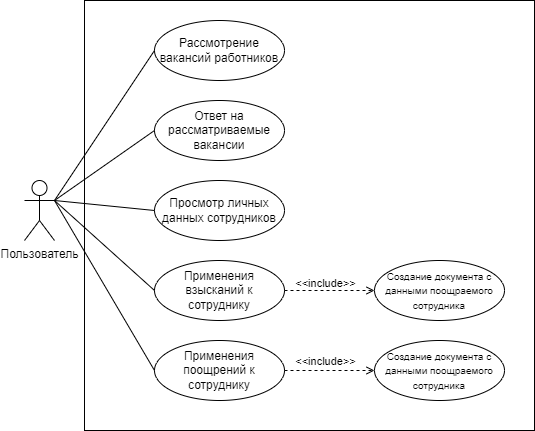
This is WorkSpace/ДВИ.png from AntipkinD/HRD, a draw.io export, as it was before one commit. Source tidied: cells renumbered, new cells last; positions are measured from the earlier drawing's top-left corner, leaving out a move shared by most shapes. Its diagram source:
```xml
<mxGraphModel>
  <root>
    <mxCell id="0" />
    <mxCell id="1" parent="0" />
    <mxCell id="2" style="whiteSpace=wrap;html=1;" parent="1" vertex="1">
      <mxGeometry x="60" width="450" height="430" as="geometry" />
    </mxCell>
    <mxCell id="3" value="Пользователь" style="shape=umlActor;verticalLabelPosition=bottom;verticalAlign=top;html=1;outlineConnect=0;" parent="1" vertex="1">
      <mxGeometry y="180" width="30" height="60" as="geometry" />
    </mxCell>
    <mxCell id="4" value="Рассмотрение вакансий работников" style="ellipse;whiteSpace=wrap;html=1;" parent="1" vertex="1">
      <mxGeometry x="130" y="20" width="130" height="60" as="geometry" />
    </mxCell>
    <mxCell id="5" value="Ответ на рассматриваемые вакансии" style="ellipse;whiteSpace=wrap;html=1;" parent="1" vertex="1">
      <mxGeometry x="130" y="100" width="130" height="60" as="geometry" />
    </mxCell>
    <mxCell id="6" value="Просмотр личных данных сотрудников" style="ellipse;whiteSpace=wrap;html=1;" parent="1" vertex="1">
      <mxGeometry x="130" y="180" width="130" height="60" as="geometry" />
    </mxCell>
    <mxCell id="7" value="Применения взысканий к сотруднику" style="ellipse;whiteSpace=wrap;html=1;" parent="1" vertex="1">
      <mxGeometry x="130" y="260" width="130" height="60" as="geometry" />
    </mxCell>
    <mxCell id="8" value="Применения поощрений к сотруднику" style="ellipse;whiteSpace=wrap;html=1;" parent="1" vertex="1">
      <mxGeometry x="130" y="340" width="130" height="60" as="geometry" />
    </mxCell>
    <mxCell id="9" style="edgeStyle=orthogonalEdgeStyle;rounded=0;jettySize=auto;html=1;exitX=1;exitY=0.5;exitDx=0;exitDy=0;entryX=0;entryY=0.5;entryDx=0;entryDy=0;endArrow=open;endFill=0;dashed=1;" parent="1" edge="1" source="8" target="11">
      <mxGeometry relative="1" as="geometry" />
    </mxCell>
    <mxCell id="10" value="&amp;lt;&amp;lt;include&amp;gt;&amp;gt;" style="edgeLabel;html=1;align=center;verticalAlign=middle;" parent="9" vertex="1">
      <mxGeometry x="-0.21" y="-1" relative="1" as="geometry">
        <mxPoint x="4" y="-11" as="offset" />
      </mxGeometry>
    </mxCell>
    <mxCell id="11" value="&lt;font style=&quot;font-size: 10px;&quot;&gt;Создание документа с данными поощраемого сотрудника&lt;/font&gt;" style="ellipse;whiteSpace=wrap;html=1;" parent="1" vertex="1">
      <mxGeometry x="350" y="340" width="130" height="60" as="geometry" />
    </mxCell>
    <mxCell id="12" style="edgeStyle=orthogonalEdgeStyle;rounded=0;jettySize=auto;html=1;exitX=1;exitY=0.5;exitDx=0;exitDy=0;entryX=0;entryY=0.5;entryDx=0;entryDy=0;dashed=1;endArrow=open;endFill=0;" parent="1" edge="1" source="7" target="14">
      <mxGeometry relative="1" as="geometry" />
    </mxCell>
    <mxCell id="13" value="&amp;lt;&amp;lt;include&amp;gt;&amp;gt;" style="edgeLabel;html=1;align=center;verticalAlign=middle;" parent="12" vertex="1">
      <mxGeometry x="-0.25" y="-1" relative="1" as="geometry">
        <mxPoint x="6" y="-9" as="offset" />
      </mxGeometry>
    </mxCell>
    <mxCell id="14" value="&lt;font style=&quot;font-size: 10px;&quot;&gt;Создание документа с данными поощраемого сотрудника&lt;/font&gt;" style="ellipse;whiteSpace=wrap;html=1;" parent="1" vertex="1">
      <mxGeometry x="350" y="260" width="130" height="60" as="geometry" />
    </mxCell>
    <mxCell id="15" style="endArrow=none;html=1;rounded=0;entryX=1;entryY=0.3333333333333333;entryDx=0;entryDy=0;entryPerimeter=0;exitX=0;exitY=0.5;exitDx=0;exitDy=0;" parent="1" edge="1" source="8" target="3">
      <mxGeometry relative="1" as="geometry" />
    </mxCell>
    <mxCell id="16" style="endArrow=none;html=1;rounded=0;entryX=1;entryY=0.3333333333333333;entryDx=0;entryDy=0;entryPerimeter=0;exitX=0;exitY=0.5;exitDx=0;exitDy=0;" parent="1" edge="1" source="7" target="3">
      <mxGeometry relative="1" as="geometry" />
    </mxCell>
    <mxCell id="17" style="endArrow=none;html=1;rounded=0;entryX=1;entryY=0.3333333333333333;entryDx=0;entryDy=0;entryPerimeter=0;exitX=0;exitY=0.5;exitDx=0;exitDy=0;" parent="1" edge="1" source="6" target="3">
      <mxGeometry relative="1" as="geometry" />
    </mxCell>
    <mxCell id="18" style="endArrow=none;html=1;rounded=0;entryX=1;entryY=0.3333333333333333;entryDx=0;entryDy=0;entryPerimeter=0;exitX=0;exitY=0.5;exitDx=0;exitDy=0;" parent="1" edge="1" source="5" target="3">
      <mxGeometry relative="1" as="geometry" />
    </mxCell>
    <mxCell id="19" style="endArrow=none;html=1;rounded=0;entryX=1;entryY=0.3333333333333333;entryDx=0;entryDy=0;entryPerimeter=0;exitX=0;exitY=0.5;exitDx=0;exitDy=0;" parent="1" edge="1" source="4" target="3">
      <mxGeometry relative="1" as="geometry" />
    </mxCell>
  </root>
</mxGraphModel>
```
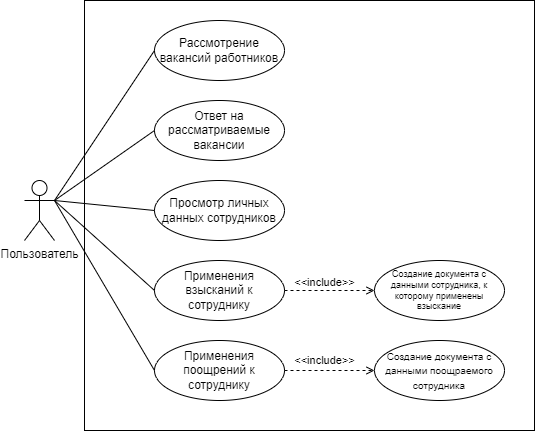
Later version of the same file.

Commit message:
доки оки

Diff of the diagram source:
```diff
@@ -42,7 +42,7 @@
         <mxPoint x="6" y="-9" as="offset" />
       </mxGeometry>
     </mxCell>
-    <mxCell id="14" value="&lt;font style=&quot;font-size: 10px;&quot;&gt;Создание документа с данными поощраемого сотрудника&lt;/font&gt;" style="ellipse;whiteSpace=wrap;html=1;" parent="1" vertex="1">
+    <mxCell id="14" value="&lt;font style=&quot;font-size: 9px;&quot;&gt;Создание документа с данными сотрудника, к которому применены взыскание&lt;/font&gt;" style="ellipse;whiteSpace=wrap;html=1;fontSize=9;" parent="1" vertex="1">
       <mxGeometry x="350" y="260" width="130" height="60" as="geometry" />
     </mxCell>
     <mxCell id="15" style="endArrow=none;html=1;rounded=0;entryX=1;entryY=0.3333333333333333;entryDx=0;entryDy=0;entryPerimeter=0;exitX=0;exitY=0.5;exitDx=0;exitDy=0;" parent="1" edge="1" source="8" target="3">
```
